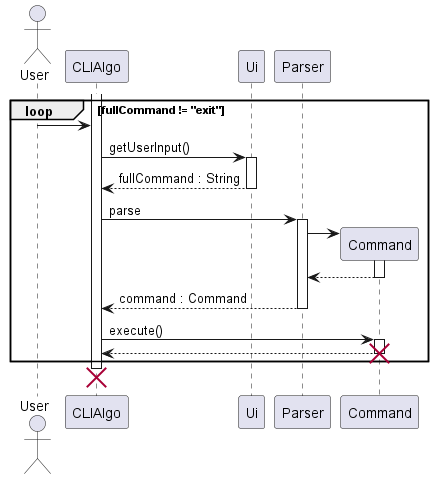
Before: docs/sequence-diagrams/diagrams/Architecture.png, a diagram exported from PlantUML (ong-ck/tp).
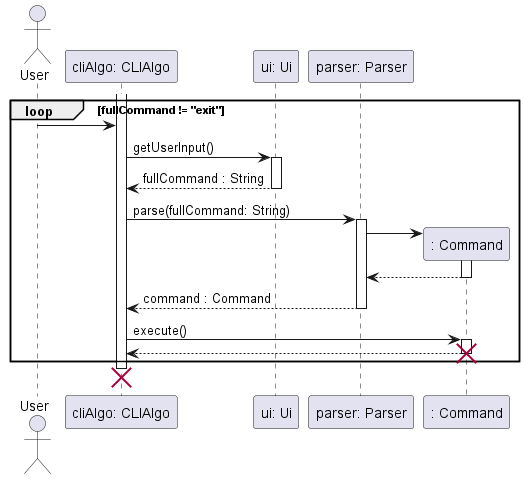
Above is the later version.

The edit, as a diff of the source:
```diff
@@ -1,5 +1,10 @@
 @startuml
 actor User
+participant "cliAlgo: CLIAlgo" as CLIAlgo
+participant "ui: Ui" as Ui
+participant "parser: Parser" as Parser
+participant ": Command" as Command
+
 activate CLIAlgo
     loop fullCommand != "exit"
     User -> CLIAlgo
@@ -7,7 +12,7 @@
     activate Ui
     return fullCommand : String
 
-    CLIAlgo -> Parser : parse
+    CLIAlgo -> Parser : parse(fullCommand: String)
     activate Parser
         Parser -> Command **
         activate Command
```
